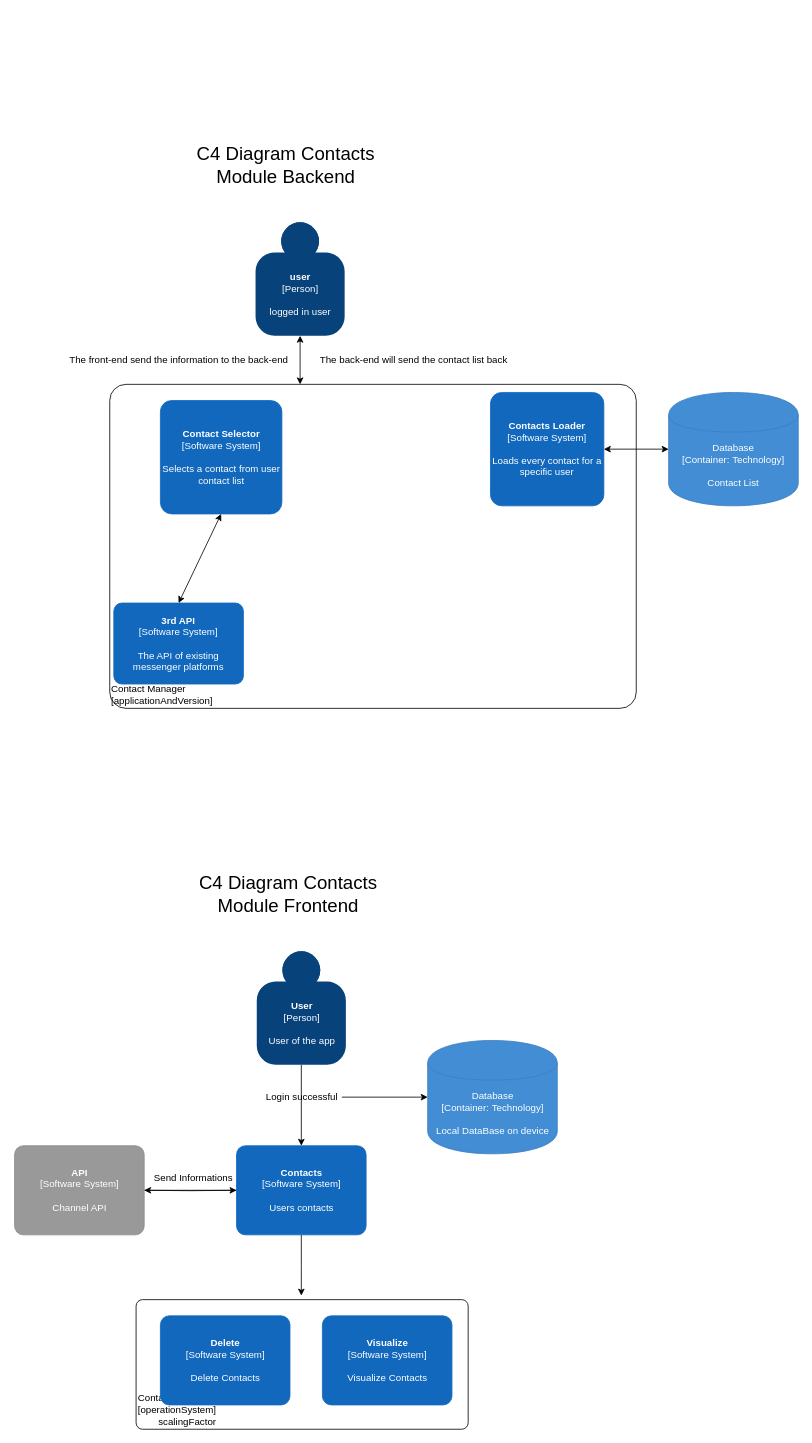
HristeaIonut/Morse-Diagrams keeps this draw.io diagram as page "Contacts Module" (4 of 4) of Diagrama_Finala_IP.drawio. Above is the earlier version. Source tidied: cells renumbered, new cells numbered last; positions are measured from the earlier drawing's top-left corner, leaving out a move shared by most shapes. Both pictures are drawn from the tidied source at 81%, with x=0, y=0 at pixel (14, 157).
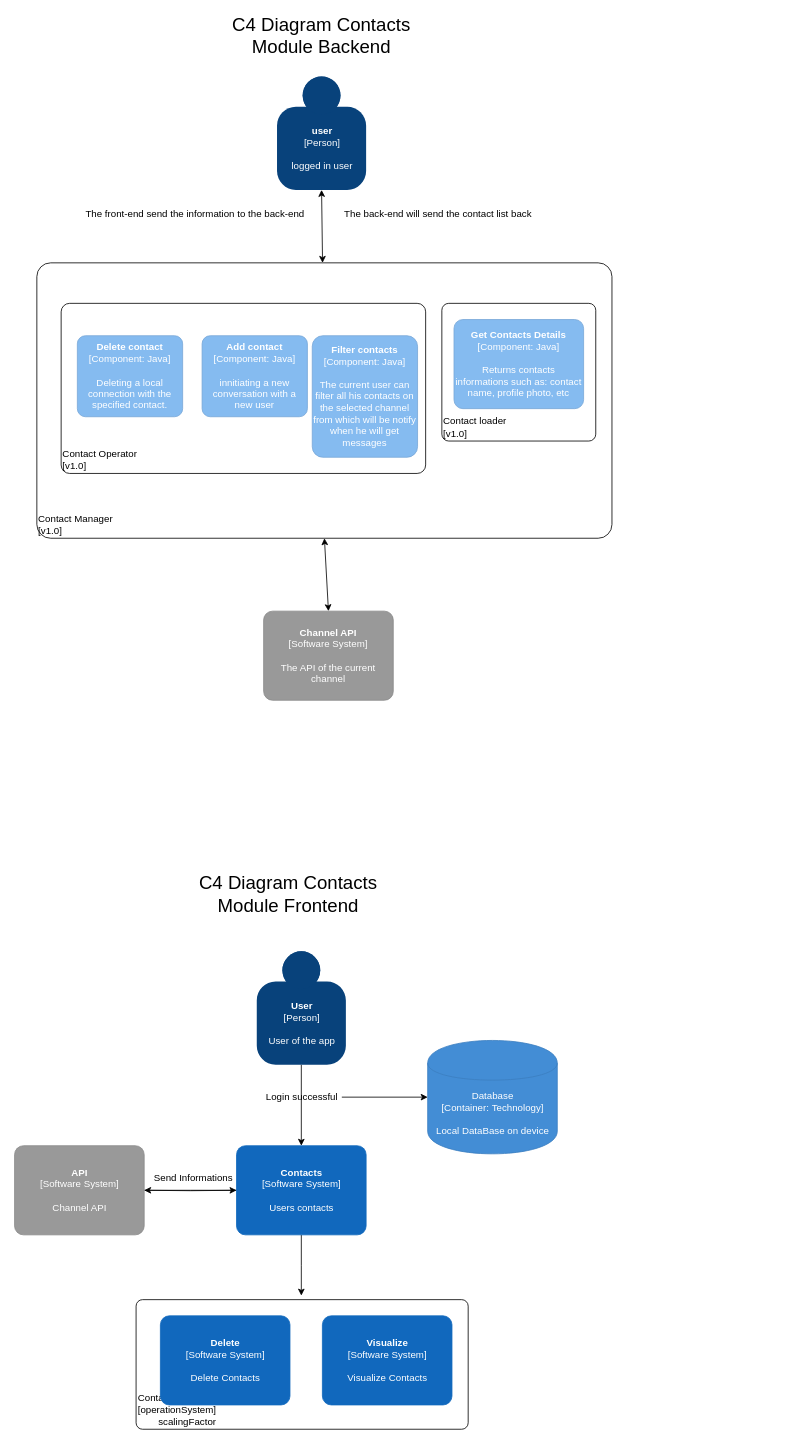
The same diagram, later.

Diff of the diagram source:
```diff
@@
-    <object id="2" label="&lt;div style=&quot;text-align: left&quot;&gt;%c4Name%&lt;/div&gt;&lt;div style=&quot;text-align: left&quot;&gt;[%c4Application%]&lt;/div&gt;" c4Application="applicationAndVersion" c4Name="Contact Manager" placeholders="1">
-      <mxCell style="rounded=1;whiteSpace=wrap;html=1;labelBackgroundColor=none;fillColor=#ffffff;fontColor=#000000;align=left;arcSize=5;strokeColor=#000000;verticalAlign=bottom;metaData={&quot;c4Type&quot;:{&quot;editable&quot;:false}};" parent="1" vertex="1">
-        <mxGeometry x="118" y="280" width="650" height="400" as="geometry" />
-      </mxCell>
-    </object>
-    <object id="3" label="&lt;b&gt;%c4Name%&lt;/b&gt;&lt;div&gt;[%c4Type%]&lt;/div&gt;&lt;br&gt;&lt;div&gt;%c4Description%&lt;/div&gt;" c4Description="logged in user" c4Name="user" c4Type="Person" placeholders="1">
-      <mxCell style="html=1;dashed=0;whitespace=wrap;fillColor=#08427b;strokeColor=none;fontColor=#ffffff;shape=mxgraph.c4.person;align=center;points=[[0.5,0,0],[1,0.5,0],[1,0.75,0],[0.75,1,0],[0.5,1,0],[0.25,1,0],[0,0.75,0],[0,0.5,0]];metaData={&quot;c4Type&quot;:{&quot;editable&quot;:false}};" parent="1" vertex="1">
-        <mxGeometry x="298" y="80" width="110" height="140" as="geometry" />
-      </mxCell>
-    </object>
-    <mxCell id="4" style="endArrow=classic;startArrow=classic;html=1;entryX=0.5;entryY=1;entryDx=0;entryDy=0;entryPerimeter=0;" parent="1" edge="1" target="3">
-      <mxGeometry relative="1" as="geometry">
-        <mxPoint x="353" y="280" as="sourcePoint" />
-      </mxGeometry>
-    </mxCell>
-    <object id="5" label="&lt;b&gt;%c4Name%&lt;/b&gt;&lt;div&gt;[%c4Type%]&lt;/div&gt;&lt;br&gt;&lt;div&gt;%c4Description%&lt;/div&gt;" c4Description="Loads every contact for a specific user" c4Name="Contacts Loader" c4Type="Software System" placeholders="1">
-      <mxCell style="rounded=1;whiteSpace=wrap;html=1;labelBackgroundColor=none;fillColor=#1168BD;fontColor=#ffffff;align=center;arcSize=10;strokeColor=#1168BD;metaData={&quot;c4Type&quot;:{&quot;editable&quot;:false}};points=[[0.25,0,0],[0.5,0,0],[0.75,0,0],[1,0.25,0],[1,0.5,0],[1,0.75,0],[0.75,1,0],[0.5,1,0],[0.25,1,0],[0,0.75,0],[0,0.5,0],[0,0.25,0]];" parent="1" vertex="1">
-        <mxGeometry x="588" y="290" width="140" height="140" as="geometry" />
-      </mxCell>
-    </object>
-    <object id="6" label="&lt;b&gt;%c4Name%&lt;/b&gt;&lt;div&gt;[%c4Type%]&lt;/div&gt;&lt;br&gt;&lt;div&gt;%c4Description%&lt;/div&gt;" c4Description="Selects a contact from user contact list" c4Name="Contact Selector" c4Type="Software System" placeholders="1">
-      <mxCell style="rounded=1;whiteSpace=wrap;html=1;labelBackgroundColor=none;fillColor=#1168BD;fontColor=#ffffff;align=center;arcSize=10;strokeColor=#1168BD;metaData={&quot;c4Type&quot;:{&quot;editable&quot;:false}};points=[[0.25,0,0],[0.5,0,0],[0.75,0,0],[1,0.25,0],[1,0.5,0],[1,0.75,0],[0.75,1,0],[0.5,1,0],[0.25,1,0],[0,0.75,0],[0,0.5,0],[0,0.25,0]];" parent="1" vertex="1">
-        <mxGeometry x="180.5" y="300" width="150" height="140" as="geometry" />
-      </mxCell>
-    </object>
-    <mxCell id="7" value="The front-end send the information to the back-end" style="text;html=1;align=center;verticalAlign=middle;" parent="1" vertex="1">
-      <mxGeometry x="58" y="240" width="290" height="20" as="geometry" />
-    </mxCell>
-    <mxCell id="8" value="The back-end will send the contact list back" style="text;html=1;align=center;verticalAlign=middle;" parent="1" vertex="1">
-      <mxGeometry x="368" y="240" width="250" height="20" as="geometry" />
-    </mxCell>
-    <mxCell id="9" style="endArrow=classic;startArrow=classic;html=1;exitX=1;exitY=0.5;exitDx=0;exitDy=0;exitPerimeter=0;entryX=0;entryY=0.5;entryDx=0;entryDy=0;entryPerimeter=0;" parent="1" edge="1" source="5" target="10">
-      <mxGeometry relative="1" as="geometry" />
-    </mxCell>
-    <object id="10" label="%c4Type%&lt;div&gt;[Container:&amp;nbsp;%c4Technology%]&lt;/div&gt;&lt;br&gt;&lt;div&gt;%c4Description%&lt;/div&gt;" c4Description="Contact List" c4Technology="Technology" c4Type="Database" placeholders="1">
-      <mxCell style="shape=cylinder;whiteSpace=wrap;html=1;boundedLbl=1;rounded=0;labelBackgroundColor=none;fillColor=#438DD5;fontSize=12;fontColor=#ffffff;align=center;strokeColor=#3C7FC0;points=[[0.5,0,0],[1,0.25,0],[1,0.5,0],[1,0.75,0],[0.5,1,0],[0,0.75,0],[0,0.5,0],[0,0.25,0]];metaData={&quot;c4Type&quot;:{&quot;editable&quot;:false}};" parent="1" vertex="1">
-        <mxGeometry x="808" y="290" width="160" height="140" as="geometry" />
-      </mxCell>
-    </object>
-    <object id="11" label="&lt;b&gt;%c4Name%&lt;/b&gt;&lt;div&gt;[%c4Type%]&lt;/div&gt;&lt;br&gt;&lt;div&gt;%c4Description%&lt;/div&gt;" c4Description="The API of existing messenger platforms" c4Name="3rd API" c4Type="Software System" placeholders="1">
-      <mxCell style="rounded=1;whiteSpace=wrap;html=1;labelBackgroundColor=none;fillColor=#1168BD;fontColor=#ffffff;align=center;arcSize=10;strokeColor=#1168BD;metaData={&quot;c4Type&quot;:{&quot;editable&quot;:false}};points=[[0.25,0,0],[0.5,0,0],[0.75,0,0],[1,0.25,0],[1,0.5,0],[1,0.75,0],[0.75,1,0],[0.5,1,0],[0.25,1,0],[0,0.75,0],[0,0.5,0],[0,0.25,0]];" parent="1" vertex="1">
-        <mxGeometry x="123" y="550" width="160" height="100" as="geometry" />
-      </mxCell>
-    </object>
-    <mxCell id="12" style="endArrow=classic;startArrow=classic;html=1;entryX=0.5;entryY=1;entryDx=0;entryDy=0;entryPerimeter=0;exitX=0.5;exitY=0;exitDx=0;exitDy=0;exitPerimeter=0;" parent="1" edge="1" source="11" target="6">
-      <mxGeometry relative="1" as="geometry" />
-    </mxCell>
@@
     <mxCell id="27" value="&lt;font style=&quot;font-size: 23px&quot;&gt;C4 Diagram Contacts Module Backend&lt;/font&gt;" style="text;html=1;strokeColor=none;fillColor=none;align=center;verticalAlign=middle;whiteSpace=wrap;rounded=0;" parent="1" vertex="1">
-      <mxGeometry x="188" width="295" height="20" as="geometry" />
+      <mxGeometry x="232" y="-160" width="295" height="20" as="geometry" />
     </mxCell>
@@
+    <object id="29" label="&lt;div style=&quot;text-align: left&quot;&gt;%c4Name%&lt;/div&gt;&lt;div style=&quot;text-align: left&quot;&gt;[%c4Application%]&lt;/div&gt;" c4Application="v1.0" c4Name="Contact Manager" placeholders="1">
+      <mxCell style="rounded=1;whiteSpace=wrap;html=1;labelBackgroundColor=none;fillColor=#ffffff;fontColor=#000000;align=left;arcSize=5;strokeColor=#000000;verticalAlign=bottom;metaData={&quot;c4Type&quot;:{&quot;editable&quot;:false}};points=[[0.25,0,0],[0.5,0,0],[0.75,0,0],[1,0.25,0],[1,0.5,0],[1,0.75,0],[0.75,1,0],[0.5,1,0],[0.25,1,0],[0,0.75,0],[0,0.5,0],[0,0.25,0]];direction=west;" parent="1" vertex="1">
+        <mxGeometry x="28" y="130" width="710" height="340" as="geometry" />
+      </mxCell>
+    </object>
+    <object id="3" label="&lt;b&gt;%c4Name%&lt;/b&gt;&lt;div&gt;[%c4Type%]&lt;/div&gt;&lt;br&gt;&lt;div&gt;%c4Description%&lt;/div&gt;" c4Description="logged in user" c4Name="user" c4Type="Person" placeholders="1">
+      <mxCell style="html=1;dashed=0;whitespace=wrap;fillColor=#08427b;strokeColor=none;fontColor=#ffffff;shape=mxgraph.c4.person;align=center;points=[[0.5,0,0],[1,0.5,0],[1,0.75,0],[0.75,1,0],[0.5,1,0],[0.25,1,0],[0,0.75,0],[0,0.5,0]];metaData={&quot;c4Type&quot;:{&quot;editable&quot;:false}};" parent="1" vertex="1">
+        <mxGeometry x="324.5" y="-100" width="110" height="140" as="geometry" />
+      </mxCell>
+    </object>
+    <mxCell id="30" style="endArrow=classic;startArrow=classic;html=1;entryX=0.5;entryY=1;entryDx=0;entryDy=0;entryPerimeter=0;" parent="1" edge="1" source="29" target="3">
+      <mxGeometry relative="1" as="geometry" />
+    </mxCell>
+    <mxCell id="7" value="The front-end send the information to the back-end" style="text;html=1;align=center;verticalAlign=middle;" parent="1" vertex="1">
+      <mxGeometry x="78" y="60" width="290" height="20" as="geometry" />
+    </mxCell>
+    <mxCell id="8" value="The back-end will send the contact list back" style="text;html=1;align=center;verticalAlign=middle;" parent="1" vertex="1">
+      <mxGeometry x="398" y="60" width="250" height="20" as="geometry" />
+    </mxCell>
+    <mxCell id="31" style="endArrow=classic;startArrow=classic;html=1;exitX=0.5;exitY=0;exitDx=0;exitDy=0;exitPerimeter=0;entryX=0.5;entryY=0;entryDx=0;entryDy=0;entryPerimeter=0;" parent="1" edge="1" source="38" target="29">
+      <mxGeometry relative="1" as="geometry" />
+    </mxCell>
+    <object id="32" label="&lt;div style=&quot;text-align: left&quot;&gt;%c4Name%&lt;/div&gt;&lt;div style=&quot;text-align: left&quot;&gt;[%c4Application%]&lt;/div&gt;" c4Application="v1.0" c4Name="Contact Operator" placeholders="1">
+      <mxCell style="rounded=1;whiteSpace=wrap;html=1;labelBackgroundColor=none;fillColor=#ffffff;fontColor=#000000;align=left;arcSize=5;strokeColor=#000000;verticalAlign=bottom;metaData={&quot;c4Type&quot;:{&quot;editable&quot;:false}};" parent="1" vertex="1">
+        <mxGeometry x="58" y="180" width="450" height="210" as="geometry" />
+      </mxCell>
+    </object>
+    <object id="33" label="&lt;b&gt;%c4Name%&lt;/b&gt;&lt;div&gt;[%c4Type%: %c4Technology%]&lt;/div&gt;&lt;br&gt;&lt;div&gt;%c4Description%&lt;/div&gt;" c4Description="Deleting a local connection with the specified contact." c4Name="Delete contact" c4Technology="Java" c4Type="Component" placeholders="1">
+      <mxCell style="rounded=1;whiteSpace=wrap;html=1;labelBackgroundColor=none;fillColor=#85BBF0;fontColor=#ffffff;align=center;arcSize=10;strokeColor=#78A8D8;metaData={&quot;c4Type&quot;:{&quot;editable&quot;:false}};" parent="1" vertex="1">
+        <mxGeometry x="78" y="220" width="130" height="100" as="geometry" />
+      </mxCell>
+    </object>
+    <object id="34" label="&lt;div style=&quot;text-align: left&quot;&gt;%c4Name%&lt;/div&gt;&lt;div style=&quot;text-align: left&quot;&gt;[%c4Application%]&lt;/div&gt;" c4Application="v1.0" c4Name="Contact loader" placeholders="1">
+      <mxCell style="rounded=1;whiteSpace=wrap;html=1;labelBackgroundColor=none;fillColor=#ffffff;fontColor=#000000;align=left;arcSize=5;strokeColor=#000000;verticalAlign=bottom;metaData={&quot;c4Type&quot;:{&quot;editable&quot;:false}};" parent="1" vertex="1">
+        <mxGeometry x="528" y="180" width="190" height="170" as="geometry" />
+      </mxCell>
+    </object>
+    <object id="35" label="&lt;b&gt;%c4Name%&lt;/b&gt;&lt;div&gt;[%c4Type%: %c4Technology%]&lt;/div&gt;&lt;br&gt;&lt;div&gt;%c4Description%&lt;/div&gt;" c4Description="innitiating a new conversation with a new user" c4Name="Add contact" c4Technology="Java" c4Type="Component" placeholders="1">
+      <mxCell style="rounded=1;whiteSpace=wrap;html=1;labelBackgroundColor=none;fillColor=#85BBF0;fontColor=#ffffff;align=center;arcSize=10;strokeColor=#78A8D8;metaData={&quot;c4Type&quot;:{&quot;editable&quot;:false}};" parent="1" vertex="1">
+        <mxGeometry x="232" y="220" width="130" height="100" as="geometry" />
+      </mxCell>
+    </object>
+    <object id="36" label="&lt;b&gt;%c4Name%&lt;/b&gt;&lt;div&gt;[%c4Type%: %c4Technology%]&lt;/div&gt;&lt;br&gt;&lt;div&gt;%c4Description%&lt;/div&gt;" c4Description="Returns contacts informations such as: contact name, profile photo, etc" c4Name="Get Contacts Details" c4Technology="Java" c4Type="Component" placeholders="1">
+      <mxCell style="rounded=1;whiteSpace=wrap;html=1;labelBackgroundColor=none;fillColor=#85BBF0;fontColor=#ffffff;align=center;arcSize=10;strokeColor=#78A8D8;metaData={&quot;c4Type&quot;:{&quot;editable&quot;:false}};" parent="1" vertex="1">
+        <mxGeometry x="543" y="200" width="160" height="110" as="geometry" />
+      </mxCell>
+    </object>
+    <object id="37" label="&lt;b&gt;%c4Name%&lt;/b&gt;&lt;div&gt;[%c4Type%: %c4Technology%]&lt;/div&gt;&lt;br&gt;&lt;div&gt;%c4Description%&lt;/div&gt;" c4Description="The current user can filter all his contacts on the selected channel from which will be notify when he will get messages" c4Name="Filter contacts" c4Technology="Java" c4Type="Component" placeholders="1">
+      <mxCell style="rounded=1;whiteSpace=wrap;html=1;labelBackgroundColor=none;fillColor=#85BBF0;fontColor=#ffffff;align=center;arcSize=10;strokeColor=#78A8D8;metaData={&quot;c4Type&quot;:{&quot;editable&quot;:false}};" parent="1" vertex="1">
+        <mxGeometry x="368" y="220" width="130" height="150" as="geometry" />
+      </mxCell>
+    </object>
+    <object id="38" label="&lt;b&gt;%c4Name%&lt;/b&gt;&lt;div&gt;[%c4Type%]&lt;/div&gt;&lt;br&gt;&lt;div&gt;%c4Description%&lt;/div&gt;" c4Description="The API of the current channel" c4Name="Channel API" c4Type="Software System" placeholders="1">
+      <mxCell style="rounded=1;whiteSpace=wrap;html=1;labelBackgroundColor=none;fillColor=#999999;fontColor=#ffffff;align=center;arcSize=10;strokeColor=#8A8A8A;metaData={&quot;c4Type&quot;:{&quot;editable&quot;:false}};points=[[0.25,0,0],[0.5,0,0],[0.75,0,0],[1,0.25,0],[1,0.5,0],[1,0.75,0],[0.75,1,0],[0.5,1,0],[0.25,1,0],[0,0.75,0],[0,0.5,0],[0,0.25,0]];" parent="1" vertex="1">
+        <mxGeometry x="308" y="560" width="160" height="110" as="geometry" />
+      </mxCell>
+    </object>
```
